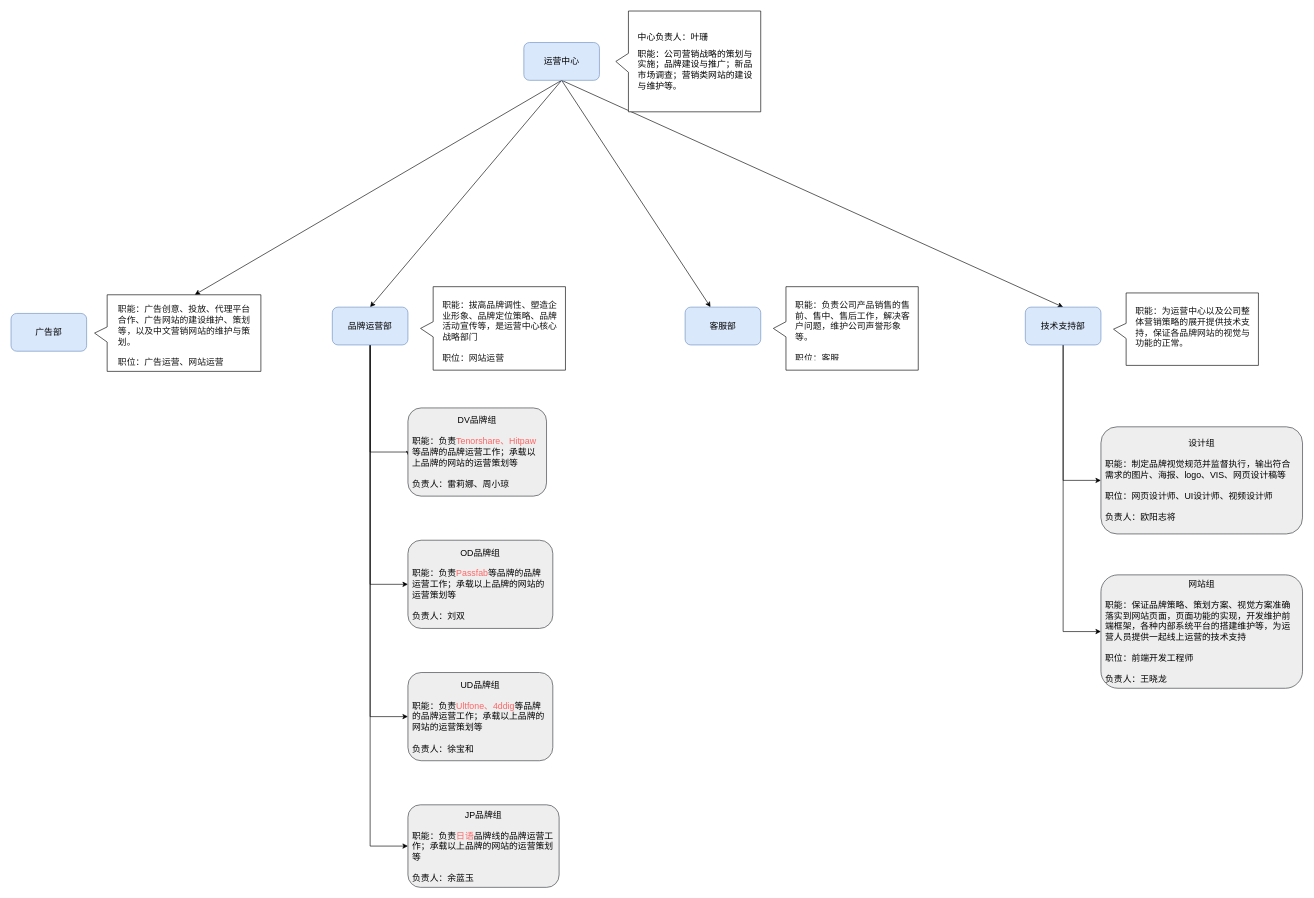
Before: page "运营中心职能体系" (10 of 14) of Untitled Diagram.drawio in wxlxxx/draw.io, a draw.io diagram. Source tidied: cells renumbered, new cells numbered last; positions are measured from the earlier drawing's top-left corner, leaving out a move shared by most shapes. Both pictures are drawn from the tidied source at 63%, with x=0, y=0 at pixel (11, -11).
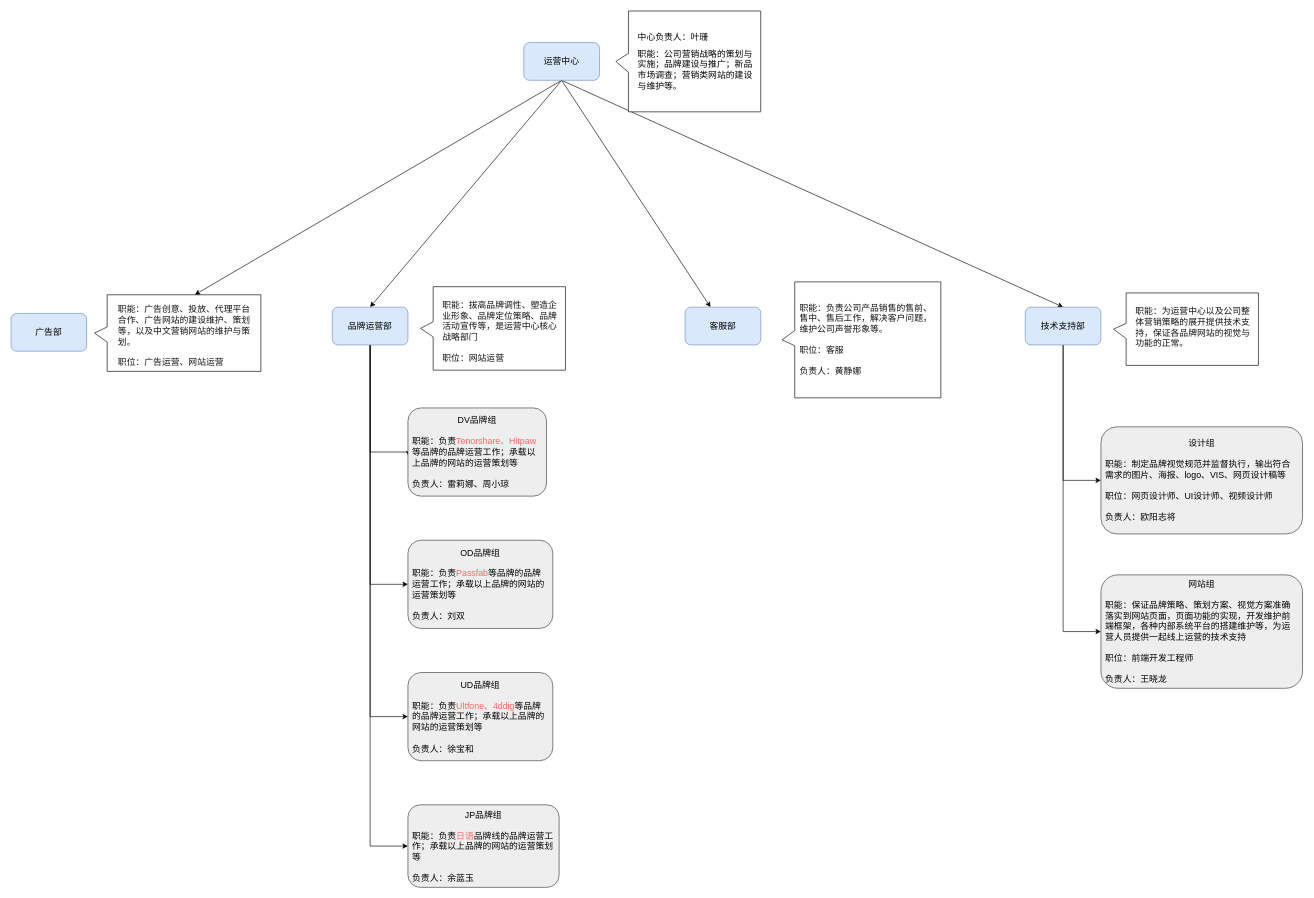
The same page after the edit.

Diff of the diagram source:
```diff
@@
     <mxCell id="27" style="group;" parent="1" vertex="1">
-      <mxGeometry x="1210" y="455" width="230" height="210" as="geometry" />
+      <mxGeometry x="1210" y="455" width="280" height="230" as="geometry" />
     </mxCell>
     <mxCell id="28" style="shape=callout;whiteSpace=wrap;html=1;perimeter=calloutPerimeter;rotation=90;size=20;position=0.42;base=24;" parent="27" vertex="1">
-      <mxGeometry x="48.8" y="-31.2" width="132.5" height="230" as="geometry" />
+      <mxGeometry x="47.9" y="-24" width="184.1" height="251.9" as="geometry" />
     </mxCell>
-    <mxCell id="29" value="&lt;h1 style=&quot;font-size: 14px&quot;&gt;&lt;/h1&gt;&lt;span style=&quot;color: rgb(18 , 18 , 18) ; font-family: , , &amp;#34;helvetica neue&amp;#34; , &amp;#34;pingfang sc&amp;#34; , &amp;#34;microsoft yahei&amp;#34; , &amp;#34;source han sans sc&amp;#34; , &amp;#34;noto sans cjk sc&amp;#34; , &amp;#34;wenquanyi micro hei&amp;#34; , sans-serif ; background-color: rgb(255 , 255 , 255)&quot;&gt;&lt;font style=&quot;font-size: 14px&quot;&gt;职能：负责公司产品销售的售前、售中、售后工作，解决客户问题，维护公司声誉形象等。&lt;br&gt;&lt;br&gt;职位：客服&lt;br&gt;&lt;/font&gt;&lt;/span&gt;" style="text;html=1;strokeColor=none;fillColor=none;spacing=5;spacingTop=-20;whiteSpace=wrap;overflow=hidden;rounded=0;" parent="27" vertex="1">
-      <mxGeometry x="30" y="40" width="190" height="95" as="geometry" />
+    <mxCell id="29" value="&lt;h1 style=&quot;font-size: 14px&quot;&gt;&lt;/h1&gt;&lt;span style=&quot;color: rgb(18 , 18 , 18) ; font-family: , , &amp;#34;helvetica neue&amp;#34; , &amp;#34;pingfang sc&amp;#34; , &amp;#34;microsoft yahei&amp;#34; , &amp;#34;source han sans sc&amp;#34; , &amp;#34;noto sans cjk sc&amp;#34; , &amp;#34;wenquanyi micro hei&amp;#34; , sans-serif ; background-color: rgb(255 , 255 , 255)&quot;&gt;&lt;font style=&quot;font-size: 14px&quot;&gt;职能：负责公司产品销售的售前、售中、售后工作，解决客户问题，维护公司声誉形象等。&lt;br&gt;&lt;br&gt;职位：客服&lt;br&gt;&lt;br&gt;负责人：黄静娜&lt;br&gt;&lt;/font&gt;&lt;/span&gt;" style="text;html=1;strokeColor=none;fillColor=none;spacing=5;spacingTop=-20;whiteSpace=wrap;overflow=hidden;rounded=0;" parent="27" vertex="1">
+      <mxGeometry x="36.5" y="43.8" width="231.3" height="120.5" as="geometry" />
     </mxCell>
```
